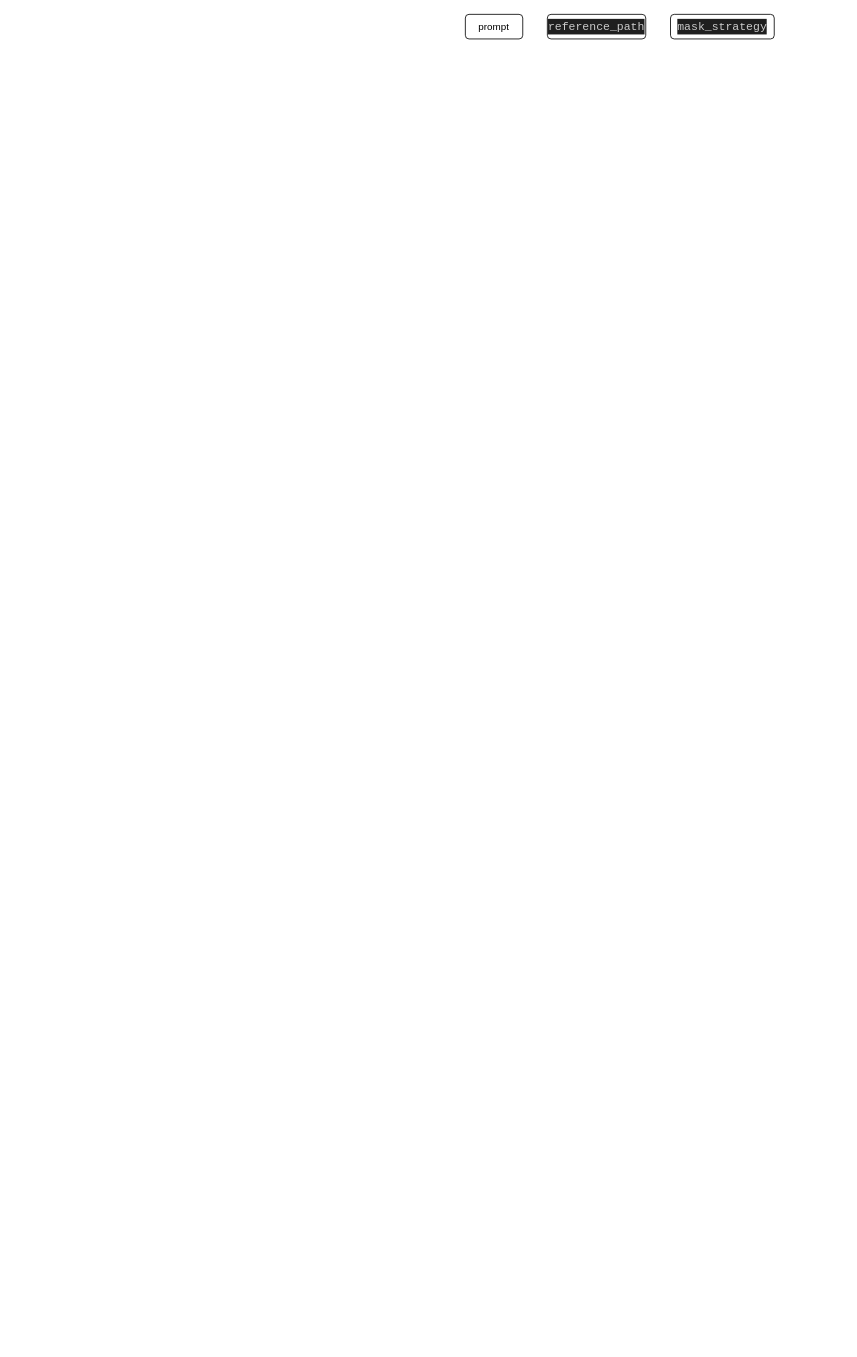
huangZchao/LLM-Notebook keeps this draw.io diagram as page "infer" (2 of 3) of Model/OpenSora/opensora.drawio. Above is the earlier version. Source tidied: cells renumbered, new cells numbered last; positions are measured from the earlier drawing's top-left corner, leaving out a move shared by most shapes. Both pictures are drawn from the tidied source at 82%, with x=0, y=0 at pixel (465, 14).
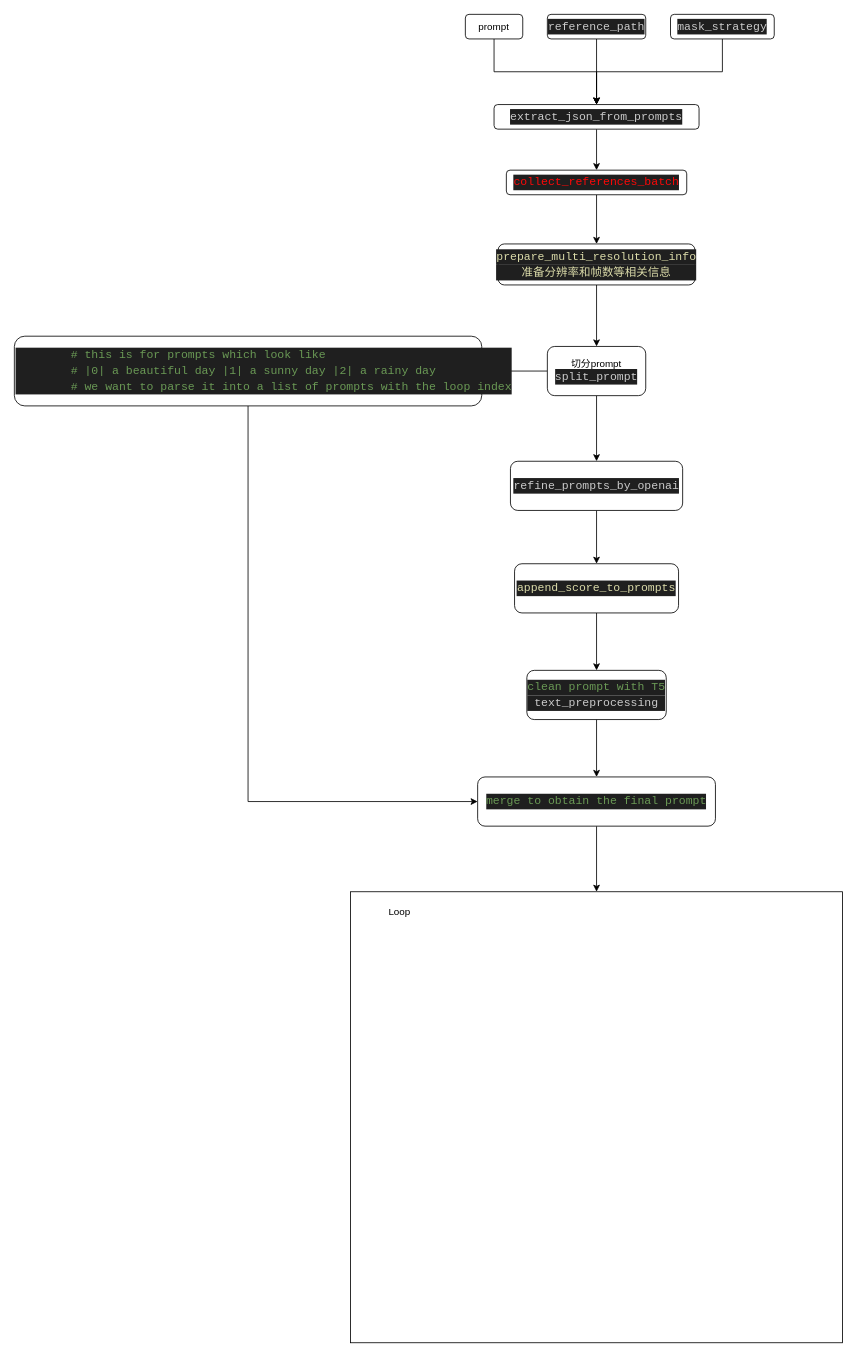
The same page after the edit.

Unchanged cells that the change refers to:
```xml
<mxCell id="2" value="prompt" style="rounded=1;whiteSpace=wrap;html=1;" parent="1" vertex="1">
  <mxGeometry width="70" height="30" as="geometry" />
</mxCell>
<mxCell id="3" value="&lt;div style=&quot;color: rgb(204, 204, 204); background-color: rgb(31, 31, 31); font-family: Consolas, &amp;quot;Courier New&amp;quot;, monospace; font-size: 14px; line-height: 19px; white-space: pre;&quot;&gt;reference_path&lt;/div&gt;" style="rounded=1;whiteSpace=wrap;html=1;" parent="1" vertex="1">
  <mxGeometry x="100" width="120" height="30" as="geometry" />
</mxCell>
<mxCell id="4" value="&lt;div style=&quot;color: rgb(204, 204, 204); background-color: rgb(31, 31, 31); font-family: Consolas, &amp;quot;Courier New&amp;quot;, monospace; font-size: 14px; line-height: 19px; white-space: pre;&quot;&gt;mask_strategy&lt;/div&gt;" style="rounded=1;whiteSpace=wrap;html=1;" parent="1" vertex="1">
  <mxGeometry x="250.2" width="126.5" height="30" as="geometry" />
</mxCell>
```

Diff of the diagram source:
```diff
@@
+    <mxCell id="5" style="edgeStyle=orthogonalEdgeStyle;rounded=0;jettySize=auto;html=1;exitX=0.5;exitY=1;exitDx=0;exitDy=0;entryX=0.5;entryY=0;entryDx=0;entryDy=0;" parent="1" edge="1" source="2" target="9">
+      <mxGeometry relative="1" as="geometry" />
+    </mxCell>
@@
+    <mxCell id="6" style="edgeStyle=orthogonalEdgeStyle;rounded=0;jettySize=auto;html=1;exitX=0.5;exitY=1;exitDx=0;exitDy=0;entryX=0.5;entryY=0;entryDx=0;entryDy=0;" parent="1" edge="1" source="3" target="9">
+      <mxGeometry relative="1" as="geometry" />
+    </mxCell>
@@
+    <mxCell id="7" style="edgeStyle=orthogonalEdgeStyle;rounded=0;jettySize=auto;html=1;exitX=0.5;exitY=1;exitDx=0;exitDy=0;entryX=0.5;entryY=0;entryDx=0;entryDy=0;" parent="1" edge="1" source="4" target="9">
+      <mxGeometry relative="1" as="geometry" />
+    </mxCell>
@@
+    <mxCell id="8" style="edgeStyle=orthogonalEdgeStyle;rounded=0;jettySize=auto;html=1;" parent="1" edge="1" source="9" target="11">
+      <mxGeometry relative="1" as="geometry" />
+    </mxCell>
+    <mxCell id="9" value="&lt;div style=&quot;color: #cccccc;background-color: #1f1f1f;font-family: Consolas, 'Courier New', monospace;font-weight: normal;font-size: 14px;line-height: 19px;white-space: pre;&quot;&gt;&lt;div&gt;&lt;span style=&quot;color: #cccccc;&quot;&gt;extract_json_from_prompts&lt;/span&gt;&lt;/div&gt;&lt;/div&gt;" style="rounded=1;whiteSpace=wrap;html=1;" parent="1" vertex="1">
+      <mxGeometry x="35" y="110" width="250" height="30" as="geometry" />
+    </mxCell>
+    <mxCell id="10" style="edgeStyle=orthogonalEdgeStyle;rounded=0;jettySize=auto;html=1;" parent="1" edge="1" source="11" target="13">
+      <mxGeometry relative="1" as="geometry" />
+    </mxCell>
+    <mxCell id="11" value="&lt;div style=&quot;background-color: rgb(31, 31, 31); font-family: Consolas, &amp;quot;Courier New&amp;quot;, monospace; font-size: 14px; line-height: 19px; white-space: pre;&quot;&gt;&lt;font color=&quot;#fd0808&quot;&gt;collect_references_batch&lt;/font&gt;&lt;/div&gt;" style="whiteSpace=wrap;html=1;rounded=1;" parent="1" vertex="1">
+      <mxGeometry x="50" y="190" width="220" height="30" as="geometry" />
+    </mxCell>
+    <mxCell id="12" style="edgeStyle=orthogonalEdgeStyle;rounded=0;jettySize=auto;html=1;" parent="1" edge="1" source="13" target="16">
+      <mxGeometry relative="1" as="geometry" />
+    </mxCell>
+    <mxCell id="13" value="&lt;div style=&quot;color: rgb(204, 204, 204); background-color: rgb(31, 31, 31); font-family: Consolas, &amp;quot;Courier New&amp;quot;, monospace; font-size: 14px; line-height: 19px; white-space: pre;&quot;&gt;&lt;span style=&quot;color: #dcdcaa;&quot;&gt;prepare_multi_resolution_info&lt;/span&gt;&lt;/div&gt;&lt;div style=&quot;background-color: rgb(31, 31, 31); font-family: Consolas, &amp;quot;Courier New&amp;quot;, monospace; font-size: 14px; line-height: 19px; white-space: pre;&quot;&gt;&lt;font color=&quot;#dcdcaa&quot;&gt;准备分辨率和帧数等相关信息&lt;/font&gt;&lt;/div&gt;" style="whiteSpace=wrap;html=1;rounded=1;" parent="1" vertex="1">
+      <mxGeometry x="40" y="280" width="240" height="50" as="geometry" />
+    </mxCell>
+    <mxCell id="14" style="edgeStyle=orthogonalEdgeStyle;rounded=0;jettySize=auto;html=1;" parent="1" edge="1" source="16" target="18">
+      <mxGeometry relative="1" as="geometry" />
+    </mxCell>
+    <mxCell id="15" style="edgeStyle=orthogonalEdgeStyle;rounded=0;jettySize=auto;html=1;" parent="1" edge="1" source="16" target="20">
+      <mxGeometry relative="1" as="geometry" />
+    </mxCell>
+    <mxCell id="16" value="切分prompt&lt;div&gt;&lt;div style=&quot;color: rgb(204, 204, 204); background-color: rgb(31, 31, 31); font-family: Consolas, &amp;quot;Courier New&amp;quot;, monospace; font-size: 14px; line-height: 19px; white-space: pre;&quot;&gt;split_prompt&lt;/div&gt;&lt;/div&gt;" style="whiteSpace=wrap;html=1;rounded=1;" parent="1" vertex="1">
+      <mxGeometry x="100" y="405" width="120" height="60" as="geometry" />
+    </mxCell>
+    <mxCell id="17" style="edgeStyle=orthogonalEdgeStyle;rounded=0;jettySize=auto;html=1;exitX=0.5;exitY=1;exitDx=0;exitDy=0;entryX=0;entryY=0.5;entryDx=0;entryDy=0;" parent="1" edge="1" source="18" target="26">
+      <mxGeometry relative="1" as="geometry" />
+    </mxCell>
+    <mxCell id="18" value="&lt;div style=&quot;color: rgb(204, 204, 204); background-color: rgb(31, 31, 31); font-family: Consolas, &amp;quot;Courier New&amp;quot;, monospace; font-size: 14px; line-height: 19px; white-space: pre;&quot;&gt;&lt;div&gt;&amp;nbsp; &amp;nbsp; &amp;nbsp; &amp;nbsp; &lt;span style=&quot;color: #6a9955;&quot;&gt;# this is for prompts which look like&lt;/span&gt;&lt;/div&gt;&lt;div&gt;&amp;nbsp; &amp;nbsp; &amp;nbsp; &amp;nbsp; &lt;span style=&quot;color: #6a9955;&quot;&gt;# |0| a beautiful day |1| a sunny day |2| a rainy day&lt;/span&gt;&lt;/div&gt;&lt;div&gt;&amp;nbsp; &amp;nbsp; &amp;nbsp; &amp;nbsp; &lt;span style=&quot;color: #6a9955;&quot;&gt;# we want to parse it into a list of prompts with the loop index&lt;/span&gt;&lt;/div&gt;&lt;/div&gt;" style="whiteSpace=wrap;html=1;rounded=1;align=left;" parent="1" vertex="1">
+      <mxGeometry x="-550" y="392.5" width="570" height="85" as="geometry" />
+    </mxCell>
+    <mxCell id="19" style="edgeStyle=orthogonalEdgeStyle;rounded=0;jettySize=auto;html=1;" parent="1" edge="1" source="20" target="22">
+      <mxGeometry relative="1" as="geometry" />
+    </mxCell>
+    <mxCell id="20" value="&lt;div style=&quot;color: rgb(204, 204, 204); background-color: rgb(31, 31, 31); font-family: Consolas, &amp;quot;Courier New&amp;quot;, monospace; font-size: 14px; line-height: 19px; white-space: pre;&quot;&gt;refine_prompts_by_openai&lt;/div&gt;" style="whiteSpace=wrap;html=1;rounded=1;" parent="1" vertex="1">
+      <mxGeometry x="55" y="545" width="210" height="60" as="geometry" />
+    </mxCell>
+    <mxCell id="21" style="edgeStyle=orthogonalEdgeStyle;rounded=0;jettySize=auto;html=1;" parent="1" edge="1" source="22" target="24">
+      <mxGeometry relative="1" as="geometry" />
+    </mxCell>
+    <mxCell id="22" value="&lt;div style=&quot;color: rgb(204, 204, 204); background-color: rgb(31, 31, 31); font-family: Consolas, &amp;quot;Courier New&amp;quot;, monospace; font-size: 14px; line-height: 19px; white-space: pre;&quot;&gt;&lt;span style=&quot;color: #dcdcaa;&quot;&gt;append_score_to_prompts&lt;/span&gt;&lt;/div&gt;" style="whiteSpace=wrap;html=1;rounded=1;" parent="1" vertex="1">
+      <mxGeometry x="60" y="670" width="200" height="60" as="geometry" />
+    </mxCell>
+    <mxCell id="23" style="edgeStyle=orthogonalEdgeStyle;rounded=0;jettySize=auto;html=1;" parent="1" edge="1" source="24" target="26">
+      <mxGeometry relative="1" as="geometry" />
+    </mxCell>
+    <mxCell id="24" value="&lt;div style=&quot;color: rgb(204, 204, 204); background-color: rgb(31, 31, 31); font-family: Consolas, &amp;quot;Courier New&amp;quot;, monospace; font-size: 14px; line-height: 19px; white-space: pre;&quot;&gt;&lt;span style=&quot;color: #6a9955;&quot;&gt;clean prompt with T5&lt;/span&gt;&lt;/div&gt;&lt;div style=&quot;color: rgb(204, 204, 204); background-color: rgb(31, 31, 31); font-family: Consolas, &amp;quot;Courier New&amp;quot;, monospace; font-size: 14px; line-height: 19px; white-space: pre;&quot;&gt;&lt;div style=&quot;line-height: 19px;&quot;&gt;text_preprocessing&lt;/div&gt;&lt;/div&gt;" style="whiteSpace=wrap;html=1;rounded=1;" parent="1" vertex="1">
+      <mxGeometry x="75" y="800" width="170" height="60" as="geometry" />
+    </mxCell>
+    <mxCell id="25" style="edgeStyle=orthogonalEdgeStyle;rounded=0;jettySize=auto;html=1;" parent="1" edge="1" source="26" target="27">
+      <mxGeometry relative="1" as="geometry" />
+    </mxCell>
+    <mxCell id="26" value="&lt;div style=&quot;color: rgb(204, 204, 204); background-color: rgb(31, 31, 31); font-family: Consolas, &amp;quot;Courier New&amp;quot;, monospace; font-size: 14px; line-height: 19px; white-space: pre;&quot;&gt;&lt;span style=&quot;color: #6a9955;&quot;&gt;merge to obtain the final prompt&lt;/span&gt;&lt;/div&gt;" style="whiteSpace=wrap;html=1;rounded=1;" parent="1" vertex="1">
+      <mxGeometry x="15" y="930" width="290" height="60" as="geometry" />
+    </mxCell>
+    <mxCell id="27" style="whiteSpace=wrap;html=1;rounded=1;arcSize=0;" parent="1" vertex="1">
+      <mxGeometry x="-140" y="1070" width="600" height="550" as="geometry" />
+    </mxCell>
+    <mxCell id="28" value="Loop" style="text;html=1;align=center;verticalAlign=middle;whiteSpace=wrap;rounded=0;" parent="1" vertex="1">
+      <mxGeometry x="-110" y="1080" width="60" height="30" as="geometry" />
+    </mxCell>
```
